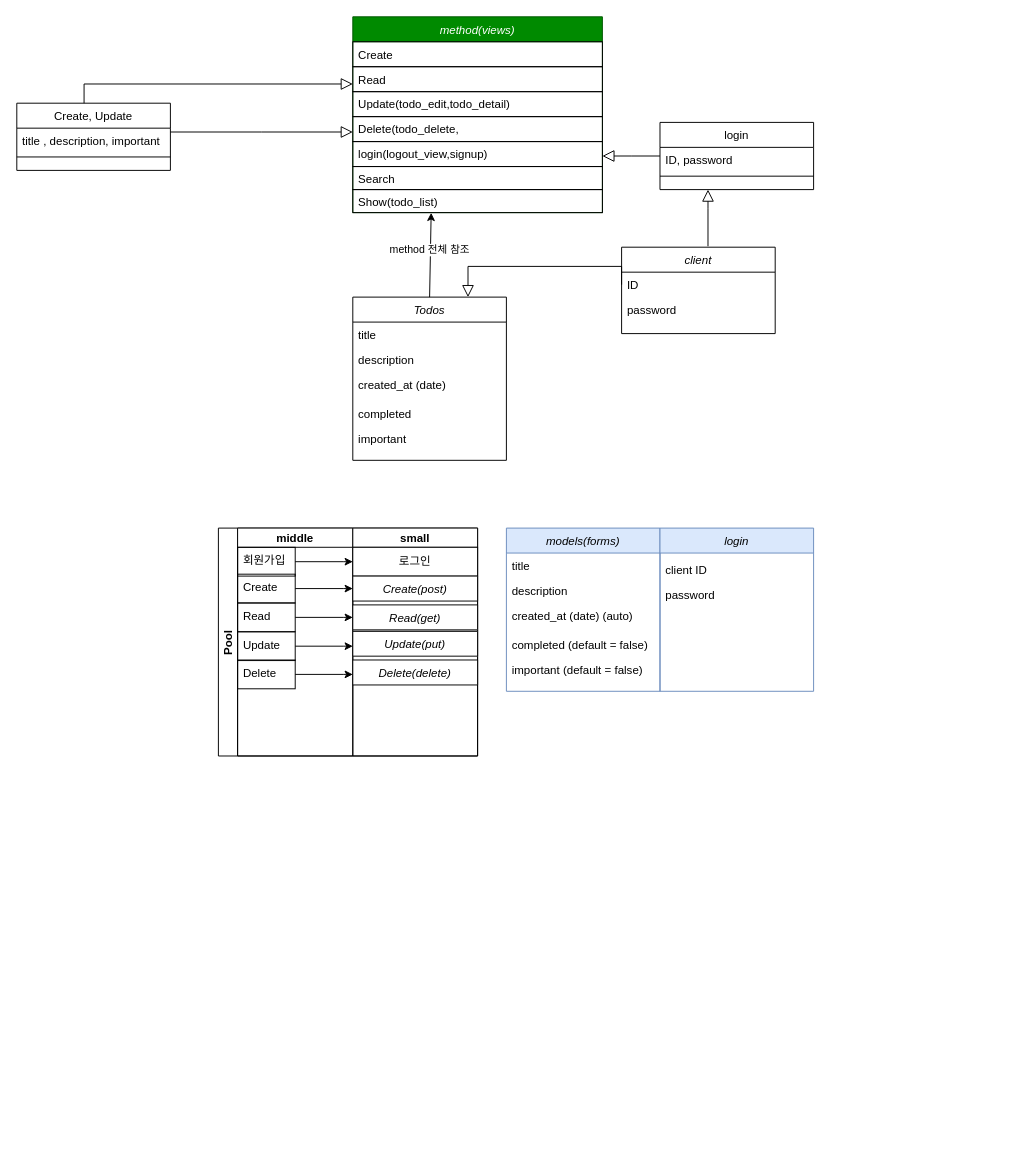
Before: 제목 없는 다이어그램.drawio in wjddn4502/raspberry_236, a draw.io diagram. Source tidied: cells renumbered, new cells numbered last; positions are measured from the earlier drawing's top-left corner, leaving out a move shared by most shapes. Both pictures are drawn from the tidied source at 96%, with x=0, y=0 at pixel (16, 16).
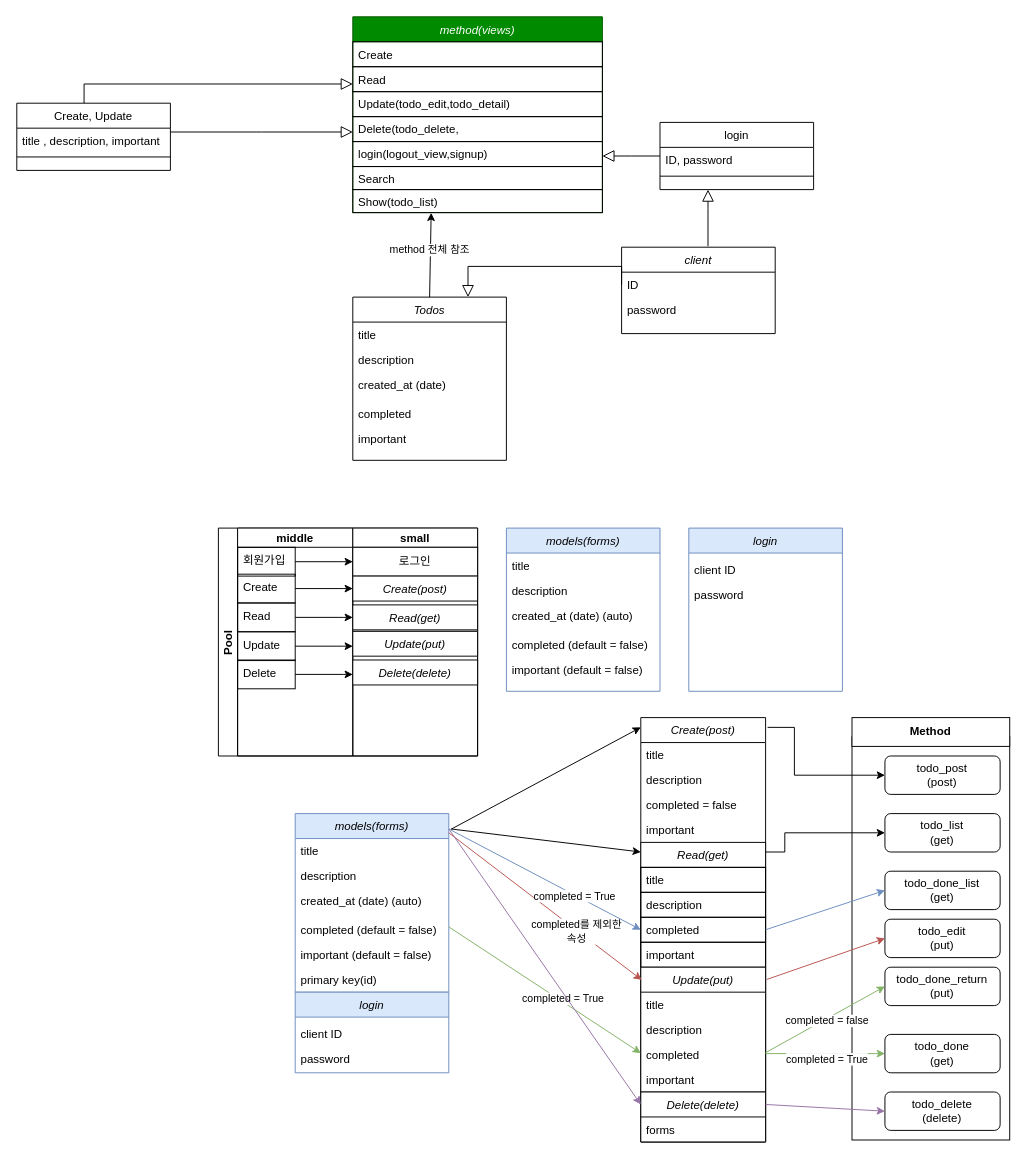
After the change.

Commit message:
제목 없는 다이어그램.drawio 업데이트

What changed in the source:
```diff
@@
+    <mxCell id="63" style="rounded=0;whiteSpace=wrap;html=1;fillColor=none;" parent="1" vertex="1">
+      <mxGeometry x="870" y="750" width="164.3" height="420" as="geometry" />
+    </mxCell>
@@
     <mxCell id="59" value="login" style="swimlane;fontStyle=2;align=center;verticalAlign=top;horizontal=1;startSize=26;rounded=0;shadow=0;strokeWidth=1;fillColor=#dae8fc;strokeColor=#6c8ebf;" parent="1" vertex="1">
-      <mxGeometry x="670" y="532.6" width="160" height="170" as="geometry" />
+      <mxGeometry x="700" y="532.6" width="160" height="170" as="geometry" />
     </mxCell>
@@
+    <mxCell id="64" value="Create(post)" style="swimlane;fontStyle=2;align=center;verticalAlign=top;horizontal=1;startSize=26;rounded=0;shadow=0;strokeWidth=1;swimlaneFillColor=default;" parent="1" vertex="1">
+      <mxGeometry x="650" y="730" width="130" height="442" as="geometry" />
+    </mxCell>
+    <mxCell id="65" value="title" style="text;align=left;verticalAlign=top;spacingLeft=4;spacingRight=4;overflow=hidden;" parent="64" vertex="1">
+      <mxGeometry y="26" width="130" height="26" as="geometry" />
+    </mxCell>
+    <mxCell id="66" value="description" style="text;align=left;verticalAlign=top;spacingLeft=4;spacingRight=4;overflow=hidden;rounded=0;shadow=0;html=0;" parent="64" vertex="1">
+      <mxGeometry y="52" width="130" height="26" as="geometry" />
+    </mxCell>
+    <mxCell id="67" value="completed = false" style="text;align=left;verticalAlign=top;spacingLeft=4;spacingRight=4;overflow=hidden;rounded=0;shadow=0;html=0;" parent="64" vertex="1">
+      <mxGeometry y="78" width="130" height="26" as="geometry" />
+    </mxCell>
+    <mxCell id="68" value="important" style="text;align=left;verticalAlign=top;spacingLeft=4;spacingRight=4;overflow=hidden;rounded=0;shadow=0;html=0;" parent="64" vertex="1">
+      <mxGeometry y="104" width="130" height="26" as="geometry" />
+    </mxCell>
+    <mxCell id="69" value="Read(get)" style="swimlane;fontStyle=2;align=center;verticalAlign=top;horizontal=1;startSize=26;rounded=0;shadow=0;strokeWidth=1;swimlaneFillColor=default;" parent="64" vertex="1">
+      <mxGeometry y="130" width="130" height="312" as="geometry" />
+    </mxCell>
+    <mxCell id="70" value="title" style="text;align=left;verticalAlign=top;spacingLeft=4;spacingRight=4;overflow=hidden;strokeColor=default;" parent="69" vertex="1">
+      <mxGeometry y="26" width="130" height="26" as="geometry" />
+    </mxCell>
+    <mxCell id="71" value="description" style="text;align=left;verticalAlign=top;spacingLeft=4;spacingRight=4;overflow=hidden;rounded=0;shadow=0;html=0;strokeColor=default;" parent="69" vertex="1">
+      <mxGeometry y="52" width="130" height="26" as="geometry" />
+    </mxCell>
+    <mxCell id="72" value="completed" style="text;align=left;verticalAlign=top;spacingLeft=4;spacingRight=4;overflow=hidden;points=[[0,0.5],[1,0.5]];portConstraint=eastwest;rounded=0;shadow=0;html=0;strokeColor=default;" parent="69" vertex="1">
+      <mxGeometry y="78" width="130" height="26" as="geometry" />
+    </mxCell>
+    <mxCell id="73" value="important" style="text;align=left;verticalAlign=top;spacingLeft=4;spacingRight=4;overflow=hidden;rounded=0;shadow=0;html=0;strokeColor=default;" parent="69" vertex="1">
+      <mxGeometry y="104" width="130" height="26" as="geometry" />
+    </mxCell>
+    <mxCell id="74" value="Update(put)" style="swimlane;fontStyle=2;align=center;verticalAlign=top;horizontal=1;startSize=26;rounded=0;shadow=0;strokeWidth=1;swimlaneFillColor=default;" parent="69" vertex="1">
+      <mxGeometry y="130" width="130" height="130" as="geometry" />
+    </mxCell>
+    <mxCell id="75" value="title" style="text;align=left;verticalAlign=top;spacingLeft=4;spacingRight=4;overflow=hidden;" parent="74" vertex="1">
+      <mxGeometry y="26" width="130" height="26" as="geometry" />
+    </mxCell>
+    <mxCell id="76" value="description" style="text;align=left;verticalAlign=top;spacingLeft=4;spacingRight=4;overflow=hidden;rounded=0;shadow=0;html=0;" parent="74" vertex="1">
+      <mxGeometry y="52" width="130" height="26" as="geometry" />
+    </mxCell>
+    <mxCell id="77" value="completed" style="text;align=left;verticalAlign=top;spacingLeft=4;spacingRight=4;overflow=hidden;rounded=0;shadow=0;html=0;" parent="74" vertex="1">
+      <mxGeometry y="78" width="130" height="26" as="geometry" />
+    </mxCell>
+    <mxCell id="78" value="important" style="text;align=left;verticalAlign=top;spacingLeft=4;spacingRight=4;overflow=hidden;rounded=0;shadow=0;html=0;" parent="74" vertex="1">
+      <mxGeometry y="104" width="130" height="26" as="geometry" />
+    </mxCell>
+    <mxCell id="79" value="Delete(delete)" style="swimlane;fontStyle=2;align=center;verticalAlign=top;horizontal=1;startSize=26;rounded=0;shadow=0;strokeWidth=1;swimlaneFillColor=default;" parent="69" vertex="1">
+      <mxGeometry y="260" width="130" height="52" as="geometry" />
+    </mxCell>
+    <mxCell id="80" value="forms" style="text;align=left;verticalAlign=top;spacingLeft=4;spacingRight=4;overflow=hidden;" parent="79" vertex="1">
+      <mxGeometry y="26" width="130" height="26" as="geometry" />
+    </mxCell>
+    <mxCell id="81" value="models(forms)" style="swimlane;fontStyle=2;align=center;verticalAlign=top;horizontal=1;startSize=26;rounded=0;shadow=0;strokeWidth=1;fillColor=#dae8fc;strokeColor=#6c8ebf;" parent="1" vertex="1">
+      <mxGeometry x="290" y="830" width="160" height="186" as="geometry" />
+    </mxCell>
+    <mxCell id="82" value="title" style="text;align=left;verticalAlign=top;spacingLeft=4;spacingRight=4;overflow=hidden;" parent="81" vertex="1">
+      <mxGeometry y="26" width="160" height="26" as="geometry" />
+    </mxCell>
+    <mxCell id="83" value="description" style="text;align=left;verticalAlign=top;spacingLeft=4;spacingRight=4;overflow=hidden;rounded=0;shadow=0;html=0;" parent="81" vertex="1">
+      <mxGeometry y="52" width="160" height="26" as="geometry" />
+    </mxCell>
+    <mxCell id="84" value="created_at (date) (auto)" style="text;align=left;verticalAlign=top;spacingLeft=4;spacingRight=4;overflow=hidden;rounded=0;shadow=0;html=0;" parent="81" vertex="1">
+      <mxGeometry y="78" width="160" height="26" as="geometry" />
+    </mxCell>
+    <mxCell id="85" style="line;html=1;strokeWidth=1;align=left;verticalAlign=middle;spacingTop=-1;spacingLeft=3;spacingRight=3;labelPosition=right;strokeColor=none;" parent="81" vertex="1">
+      <mxGeometry y="104" width="160" height="4" as="geometry" />
+    </mxCell>
+    <mxCell id="86" value="completed (default = false)" style="text;align=left;verticalAlign=top;spacingLeft=4;spacingRight=4;overflow=hidden;rounded=0;shadow=0;html=0;" parent="81" vertex="1">
+      <mxGeometry y="108" width="160" height="26" as="geometry" />
+    </mxCell>
+    <mxCell id="87" value="important (default = false)" style="text;align=left;verticalAlign=top;spacingLeft=4;spacingRight=4;overflow=hidden;" parent="81" vertex="1">
+      <mxGeometry y="134" width="160" height="26" as="geometry" />
+    </mxCell>
+    <mxCell id="88" value="primary key(id)" style="text;align=left;verticalAlign=top;spacingLeft=4;spacingRight=4;overflow=hidden;" parent="81" vertex="1">
+      <mxGeometry y="160" width="160" height="26" as="geometry" />
+    </mxCell>
+    <mxCell id="89" value="login" style="swimlane;fontStyle=2;align=center;verticalAlign=top;horizontal=1;startSize=26;rounded=0;shadow=0;strokeWidth=1;fillColor=#dae8fc;strokeColor=#6c8ebf;" parent="1" vertex="1">
+      <mxGeometry x="290" y="1016" width="160" height="84" as="geometry" />
+    </mxCell>
+    <mxCell id="90" style="line;html=1;strokeWidth=1;align=left;verticalAlign=middle;spacingTop=-1;spacingLeft=3;spacingRight=3;labelPosition=right;strokeColor=none;" parent="89" vertex="1">
+      <mxGeometry y="26" width="160" height="4" as="geometry" />
+    </mxCell>
+    <mxCell id="91" value="client ID" style="text;align=left;verticalAlign=top;spacingLeft=4;spacingRight=4;overflow=hidden;rounded=0;shadow=0;html=0;" parent="89" vertex="1">
+      <mxGeometry y="30" width="160" height="26" as="geometry" />
+    </mxCell>
+    <mxCell id="92" value="password" style="text;align=left;verticalAlign=top;spacingLeft=4;spacingRight=4;overflow=hidden;" parent="89" vertex="1">
+      <mxGeometry y="56" width="160" height="26" as="geometry" />
+    </mxCell>
+    <mxCell id="93" style="endArrow=classic;html=1;rounded=0;entryX=0;entryY=0.023;entryDx=0;entryDy=0;entryPerimeter=0;exitX=1.016;exitY=0.087;exitDx=0;exitDy=0;exitPerimeter=0;" parent="1" edge="1" source="81" target="64">
+      <mxGeometry relative="1" as="geometry" />
+    </mxCell>
+    <mxCell id="94" value="todo_post&lt;div&gt;(post)&lt;/div&gt;" style="rounded=1;whiteSpace=wrap;html=1;" parent="1" vertex="1">
+      <mxGeometry x="904.3" y="770" width="120" height="40" as="geometry" />
+    </mxCell>
+    <mxCell id="95" style="edgeStyle=orthogonalEdgeStyle;rounded=0;jettySize=auto;html=1;entryX=0;entryY=0.5;entryDx=0;entryDy=0;exitX=1.016;exitY=0.023;exitDx=0;exitDy=0;exitPerimeter=0;" parent="1" edge="1" source="64" target="94">
+      <mxGeometry relative="1" as="geometry">
+        <Array as="points">
+          <mxPoint x="810" y="740" />
+          <mxPoint x="810" y="790" />
+        </Array>
+      </mxGeometry>
+    </mxCell>
+    <mxCell id="96" style="endArrow=classic;html=1;rounded=0;exitX=1.014;exitY=0.086;exitDx=0;exitDy=0;entryX=0;entryY=0.023;entryDx=0;entryDy=0;entryPerimeter=0;exitPerimeter=0;" parent="1" edge="1" source="81">
+      <mxGeometry relative="1" as="geometry">
+        <mxPoint x="650" y="870" as="targetPoint" />
+      </mxGeometry>
+    </mxCell>
+    <mxCell id="97" value="todo_list&lt;div&gt;(get)&lt;/div&gt;" style="rounded=1;whiteSpace=wrap;html=1;" parent="1" vertex="1">
+      <mxGeometry x="904.3" y="830" width="120" height="40" as="geometry" />
+    </mxCell>
+    <mxCell id="98" style="edgeStyle=orthogonalEdgeStyle;rounded=0;jettySize=auto;html=1;entryX=0;entryY=0.5;entryDx=0;entryDy=0;" parent="1" edge="1" target="97">
+      <mxGeometry relative="1" as="geometry">
+        <mxPoint x="780" y="870" as="sourcePoint" />
+        <Array as="points">
+          <mxPoint x="800" y="870" />
+          <mxPoint x="800" y="850" />
+        </Array>
+      </mxGeometry>
+    </mxCell>
+    <mxCell id="99" style="endArrow=classic;html=1;rounded=0;entryX=0.007;entryY=0.102;entryDx=0;entryDy=0;fillColor=#f8cecc;strokeColor=#b85450;entryPerimeter=0;" parent="1" edge="1" target="74">
+      <mxGeometry relative="1" as="geometry">
+        <mxPoint x="450" y="850" as="sourcePoint" />
+      </mxGeometry>
+    </mxCell>
+    <mxCell id="100" value="completed를 제외한&lt;div&gt;속성&lt;/div&gt;" style="edgeLabel;html=1;align=center;verticalAlign=middle;" parent="99" vertex="1">
+      <mxGeometry x="0.33" y="-1" relative="1" as="geometry" />
+    </mxCell>
+    <mxCell id="101" value="todo_edit&lt;br&gt;(put)" style="rounded=1;whiteSpace=wrap;html=1;" parent="1" vertex="1">
+      <mxGeometry x="904.3" y="940" width="120" height="40" as="geometry" />
+    </mxCell>
+    <mxCell id="102" style="endArrow=classic;html=1;rounded=0;exitX=1.01;exitY=0.098;exitDx=0;exitDy=0;entryX=0;entryY=0.5;entryDx=0;entryDy=0;fillColor=#f8cecc;strokeColor=#b85450;exitPerimeter=0;" parent="1" edge="1" source="74" target="101">
+      <mxGeometry relative="1" as="geometry" />
+    </mxCell>
+    <mxCell id="103" value="&lt;b&gt;Method&lt;/b&gt;" style="rounded=0;whiteSpace=wrap;html=1;" parent="1" vertex="1">
+      <mxGeometry x="870" y="730" width="164.3" height="30" as="geometry" />
+    </mxCell>
+    <mxCell id="104" style="endArrow=classic;html=1;rounded=0;exitX=1.014;exitY=0.086;exitDx=0;exitDy=0;entryX=0;entryY=0.5;entryDx=0;entryDy=0;exitPerimeter=0;fillColor=#d5e8d4;strokeColor=#82b366;" parent="1" edge="1">
+      <mxGeometry relative="1" as="geometry">
+        <mxPoint x="450" y="948" as="sourcePoint" />
+        <mxPoint x="650" y="1079.5" as="targetPoint" />
+      </mxGeometry>
+    </mxCell>
+    <mxCell id="105" value="completed = True" style="edgeLabel;html=1;align=center;verticalAlign=middle;" parent="104" vertex="1">
+      <mxGeometry x="0.17" y="3" relative="1" as="geometry" />
+    </mxCell>
+    <mxCell id="106" value="todo_done_return&lt;br&gt;(put)" style="rounded=1;whiteSpace=wrap;html=1;" parent="1" vertex="1">
+      <mxGeometry x="904.3" y="990" width="120" height="40" as="geometry" />
+    </mxCell>
+    <mxCell id="107" style="endArrow=classic;html=1;rounded=0;exitX=1;exitY=0.5;exitDx=0;exitDy=0;entryX=0;entryY=0.5;entryDx=0;entryDy=0;fillColor=#d5e8d4;strokeColor=#82b366;" parent="1" edge="1" target="106">
+      <mxGeometry relative="1" as="geometry">
+        <mxPoint x="780" y="1079" as="sourcePoint" />
+      </mxGeometry>
+    </mxCell>
+    <mxCell id="108" value="completed = false" style="edgeLabel;html=1;align=center;verticalAlign=middle;" parent="107" vertex="1">
+      <mxGeometry x="0.01" y="-2" relative="1" as="geometry" />
+    </mxCell>
+    <mxCell id="109" style="endArrow=classic;html=1;rounded=1;exitX=1.014;exitY=0.086;exitDx=0;exitDy=0;exitPerimeter=0;strokeColor=#6c8ebf;curved=0;fillColor=#dae8fc;entryX=0;entryY=0.5;entryDx=0;entryDy=0;" parent="1" edge="1" target="72">
+      <mxGeometry relative="1" as="geometry">
+        <mxPoint x="450" y="846" as="sourcePoint" />
+      </mxGeometry>
+    </mxCell>
+    <mxCell id="110" value="completed = True" style="edgeLabel;html=1;align=center;verticalAlign=middle;" parent="109" vertex="1">
+      <mxGeometry x="0.31" y="-1" relative="1" as="geometry" />
+    </mxCell>
+    <mxCell id="111" value="todo_done_list&lt;br&gt;(get)" style="rounded=1;whiteSpace=wrap;html=1;" parent="1" vertex="1">
+      <mxGeometry x="904.3" y="890" width="120" height="40" as="geometry" />
+    </mxCell>
+    <mxCell id="112" style="endArrow=classic;html=1;rounded=1;exitX=1;exitY=0.5;exitDx=0;exitDy=0;strokeColor=#6c8ebf;curved=0;fillColor=#dae8fc;entryX=0;entryY=0.5;entryDx=0;entryDy=0;" parent="1" edge="1" source="72" target="111">
+      <mxGeometry relative="1" as="geometry" />
+    </mxCell>
+    <mxCell id="113" value="todo_done&lt;div&gt;(get)&lt;/div&gt;" style="rounded=1;whiteSpace=wrap;html=1;" parent="1" vertex="1">
+      <mxGeometry x="904.3" y="1060" width="120" height="40" as="geometry" />
+    </mxCell>
+    <mxCell id="114" value="todo_delete&lt;div&gt;(delete)&lt;/div&gt;" style="rounded=1;whiteSpace=wrap;html=1;" parent="1" vertex="1">
+      <mxGeometry x="904.3" y="1120" width="120" height="40" as="geometry" />
+    </mxCell>
+    <mxCell id="115" style="endArrow=classic;html=1;rounded=0;entryX=0;entryY=0.5;entryDx=0;entryDy=0;fillColor=#d5e8d4;strokeColor=#82b366;" parent="1" edge="1" target="113">
+      <mxGeometry relative="1" as="geometry">
+        <mxPoint x="780" y="1080" as="sourcePoint" />
+      </mxGeometry>
+    </mxCell>
+    <mxCell id="116" value="completed = True" style="edgeLabel;html=1;align=center;verticalAlign=middle;" parent="115" vertex="1">
+      <mxGeometry x="0.01" y="-2" relative="1" as="geometry">
+        <mxPoint y="3" as="offset" />
+      </mxGeometry>
+    </mxCell>
+    <mxCell id="117" style="endArrow=classic;html=1;rounded=0;entryX=0;entryY=0.25;entryDx=0;entryDy=0;exitX=1.016;exitY=0.087;exitDx=0;exitDy=0;exitPerimeter=0;fillColor=#e1d5e7;strokeColor=#9673a6;" parent="1" edge="1" target="79">
+      <mxGeometry relative="1" as="geometry">
+        <mxPoint x="450" y="846" as="sourcePoint" />
+      </mxGeometry>
+    </mxCell>
+    <mxCell id="118" style="endArrow=classic;html=1;rounded=0;exitX=1.01;exitY=0.098;exitDx=0;exitDy=0;entryX=0;entryY=0.5;entryDx=0;entryDy=0;fillColor=#e1d5e7;strokeColor=#9673a6;exitPerimeter=0;" parent="1" edge="1" target="114">
+      <mxGeometry relative="1" as="geometry">
+        <mxPoint x="780" y="1133" as="sourcePoint" />
+      </mxGeometry>
+    </mxCell>
```
